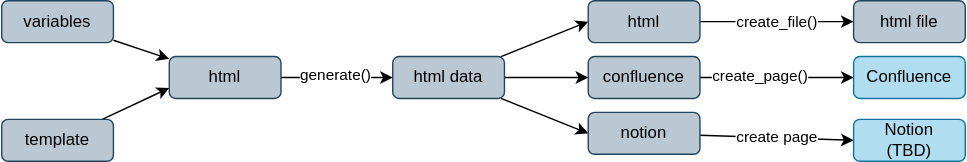
Above: docs/diagram.drawio.svg in nakamasato/autonote (draw.io), before the change. Source tidied: cells renumbered, new cells last; positions are measured from the earlier drawing's top-left corner, leaving out a move shared by most shapes.
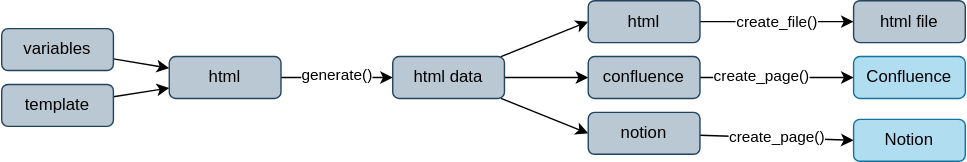
Above is the later version.

Commit message:
feat: enable to create notion page (#13)

What changed in the source:
```diff
@@ -14,7 +14,7 @@
     <mxCell id="5" value="create_page()" style="edgeLabel;html=1;align=center;verticalAlign=middle;" parent="4" vertex="1">
       <mxGeometry x="-0.23" y="2" relative="1" as="geometry" />
     </mxCell>
-    <mxCell id="6" value="create page" style="edgeStyle=none;html=1;entryX=0;entryY=0.5;entryDx=0;entryDy=0;" parent="1" edge="1" source="18" target="14">
+    <mxCell id="6" value="create_page()" style="edgeStyle=none;html=1;entryX=0;entryY=0.5;entryDx=0;entryDy=0;" parent="1" edge="1" source="18" target="14">
       <mxGeometry relative="1" as="geometry" />
     </mxCell>
     <mxCell id="7" value="create_file()" style="edgeStyle=none;html=1;entryX=0;entryY=0.5;entryDx=0;entryDy=0;exitX=1;exitY=0.5;exitDx=0;exitDy=0;" parent="1" edge="1" source="16" target="15">
@@ -38,7 +38,7 @@
     <mxCell id="13" value="html" style="rounded=1;whiteSpace=wrap;html=1;fillColor=#bac8d3;strokeColor=#23445d;" parent="1" vertex="1">
       <mxGeometry x="120" y="40" width="80" height="30" as="geometry" />
     </mxCell>
-    <mxCell id="14" value="Notion&lt;br&gt;(TBD)" style="rounded=1;whiteSpace=wrap;html=1;fillColor=#b1ddf0;strokeColor=#10739e;" parent="1" vertex="1">
+    <mxCell id="14" value="Notion" style="rounded=1;whiteSpace=wrap;html=1;fillColor=#b1ddf0;strokeColor=#10739e;" parent="1" vertex="1">
       <mxGeometry x="610" y="85" width="80" height="30" as="geometry" />
     </mxCell>
     <mxCell id="15" value="html file" style="rounded=1;whiteSpace=wrap;html=1;fillColor=#bac8d3;strokeColor=#23445d;" parent="1" vertex="1">
@@ -57,13 +57,13 @@
       <mxGeometry relative="1" as="geometry" />
     </mxCell>
     <mxCell id="20" value="template" style="rounded=1;whiteSpace=wrap;html=1;fillColor=#bac8d3;strokeColor=#23445d;" parent="1" vertex="1">
-      <mxGeometry y="85" width="80" height="30" as="geometry" />
+      <mxGeometry y="60" width="80" height="30" as="geometry" />
     </mxCell>
     <mxCell id="21" style="edgeStyle=none;html=1;" parent="1" edge="1" source="22" target="13">
       <mxGeometry relative="1" as="geometry" />
     </mxCell>
     <mxCell id="22" value="variables" style="rounded=1;whiteSpace=wrap;html=1;fillColor=#bac8d3;strokeColor=#23445d;" parent="1" vertex="1">
-      <mxGeometry width="80" height="30" as="geometry" />
+      <mxGeometry y="20" width="80" height="30" as="geometry" />
     </mxCell>
   </root>
 </mxGraphModel>
```
